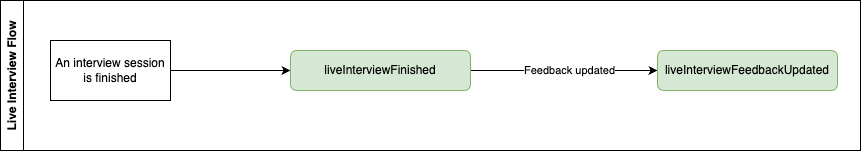
Above: docs/images/live-interview-events.png in CodeSignal/developer-docs (draw.io), before the change. Source tidied: cells renumbered, new cells last; positions are measured from the earlier drawing's top-left corner, leaving out a move shared by most shapes.
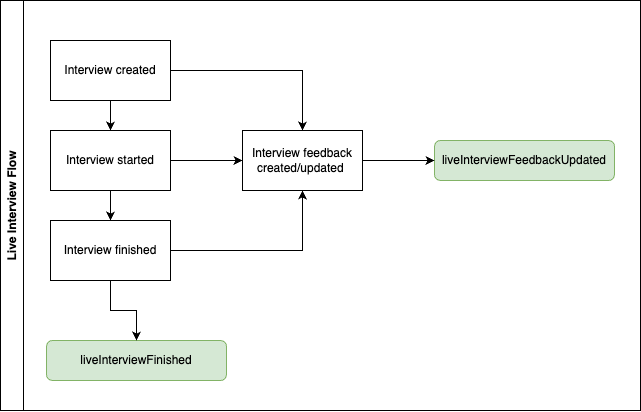
Above is the later version.

Change to the diagram source:
```diff
@@ -3,25 +3,46 @@
     <mxCell id="0" />
     <mxCell id="1" parent="0" />
     <mxCell id="2" value="Live Interview Flow" style="swimlane;horizontal=0;whiteSpace=wrap;html=1;" parent="1" vertex="1">
-      <mxGeometry width="860" height="150" as="geometry" />
+      <mxGeometry width="640" height="410" as="geometry" />
     </mxCell>
-    <mxCell id="3" style="edgeStyle=orthogonalEdgeStyle;rounded=0;jettySize=auto;html=1;exitX=1;exitY=0.5;exitDx=0;exitDy=0;entryX=0;entryY=0.5;entryDx=0;entryDy=0;" parent="2" edge="1" source="7" target="6">
-      <mxGeometry relative="1" as="geometry" />
+    <mxCell id="3" value="liveInterviewFinished" style="rounded=1;whiteSpace=wrap;html=1;fillColor=#d5e8d4;strokeColor=#82b366;" parent="2" vertex="1">
+      <mxGeometry x="46" y="340" width="180" height="40" as="geometry" />
     </mxCell>
-    <mxCell id="4" style="edgeStyle=orthogonalEdgeStyle;rounded=0;jettySize=auto;html=1;exitX=1;exitY=0.5;exitDx=0;exitDy=0;entryX=0;entryY=0.5;entryDx=0;entryDy=0;" parent="2" edge="1" source="6" target="8">
+    <mxCell id="4" style="edgeStyle=orthogonalEdgeStyle;rounded=0;jettySize=auto;html=1;" parent="2" edge="1" source="6" target="10">
       <mxGeometry relative="1" as="geometry" />
     </mxCell>
-    <mxCell id="5" value="Feedback updated" style="edgeLabel;html=1;align=center;verticalAlign=middle;" parent="4" vertex="1">
-      <mxGeometry x="0.05" relative="1" as="geometry" />
+    <mxCell id="5" style="edgeStyle=orthogonalEdgeStyle;rounded=0;jettySize=auto;html=1;" parent="2" edge="1" source="6" target="15">
+      <mxGeometry relative="1" as="geometry" />
     </mxCell>
-    <mxCell id="6" value="liveInterviewFinished" style="rounded=1;whiteSpace=wrap;html=1;fillColor=#d5e8d4;strokeColor=#82b366;" parent="2" vertex="1">
-      <mxGeometry x="290" y="50" width="180" height="40" as="geometry" />
+    <mxCell id="6" value="Interview created" style="rounded=0;whiteSpace=wrap;html=1;" parent="2" vertex="1">
+      <mxGeometry x="50" y="40" width="120" height="60" as="geometry" />
     </mxCell>
-    <mxCell id="7" value="An interview session is finished" style="rounded=0;whiteSpace=wrap;html=1;" parent="2" vertex="1">
-      <mxGeometry x="50" y="40" width="120" height="60" as="geometry" />
+    <mxCell id="7" value="liveInterviewFeedbackUpdated" style="rounded=1;whiteSpace=wrap;html=1;fillColor=#d5e8d4;strokeColor=#82b366;" parent="2" vertex="1">
+      <mxGeometry x="434" y="140" width="180" height="40" as="geometry" />
     </mxCell>
-    <mxCell id="8" value="liveInterviewFeedbackUpdated" style="rounded=1;whiteSpace=wrap;html=1;fillColor=#d5e8d4;strokeColor=#82b366;" parent="2" vertex="1">
-      <mxGeometry x="657" y="50" width="180" height="40" as="geometry" />
+    <mxCell id="8" style="edgeStyle=orthogonalEdgeStyle;rounded=0;jettySize=auto;html=1;" parent="2" edge="1" source="10" target="13">
+      <mxGeometry relative="1" as="geometry" />
     </mxCell>
+    <mxCell id="9" style="edgeStyle=orthogonalEdgeStyle;rounded=0;jettySize=auto;html=1;" parent="2" edge="1" source="10" target="15">
+      <mxGeometry relative="1" as="geometry" />
+    </mxCell>
+    <mxCell id="10" value="Interview started" style="rounded=0;whiteSpace=wrap;html=1;" parent="2" vertex="1">
+      <mxGeometry x="50" y="130" width="120" height="60" as="geometry" />
+    </mxCell>
+    <mxCell id="11" style="edgeStyle=orthogonalEdgeStyle;rounded=0;jettySize=auto;html=1;" parent="2" edge="1" source="13" target="3">
+      <mxGeometry relative="1" as="geometry" />
+    </mxCell>
+    <mxCell id="12" style="edgeStyle=orthogonalEdgeStyle;rounded=0;jettySize=auto;html=1;exitX=1;exitY=0.5;exitDx=0;exitDy=0;entryX=0.5;entryY=1;entryDx=0;entryDy=0;" parent="2" edge="1" source="13" target="15">
+      <mxGeometry relative="1" as="geometry" />
+    </mxCell>
+    <mxCell id="13" value="Interview finished" style="rounded=0;whiteSpace=wrap;html=1;" parent="2" vertex="1">
+      <mxGeometry x="50" y="220" width="120" height="60" as="geometry" />
+    </mxCell>
+    <mxCell id="14" style="edgeStyle=orthogonalEdgeStyle;rounded=0;jettySize=auto;html=1;" parent="2" edge="1" source="15" target="7">
+      <mxGeometry relative="1" as="geometry" />
+    </mxCell>
+    <mxCell id="15" value="Interview feedback created/updated&amp;nbsp;" style="rounded=0;whiteSpace=wrap;html=1;" parent="2" vertex="1">
+      <mxGeometry x="242" y="130" width="120" height="60" as="geometry" />
+    </mxCell>
   </root>
 </mxGraphModel>
```
